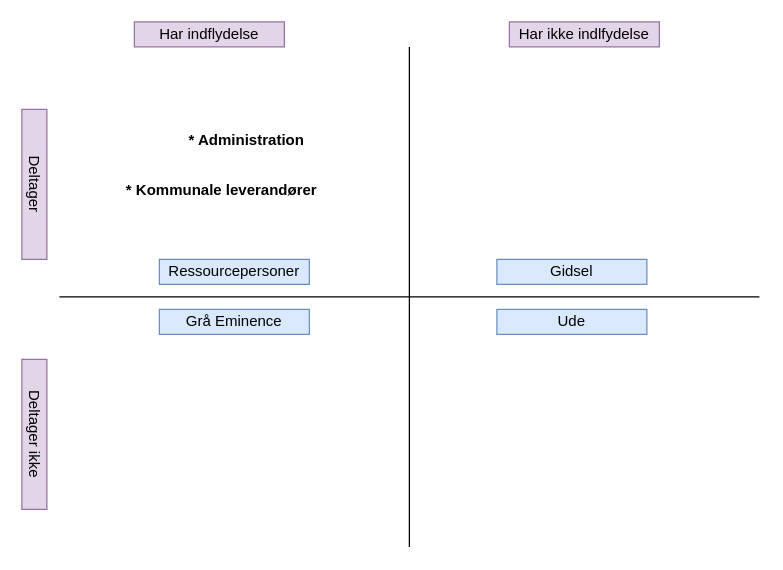
Earlier version of the draw.io diagram Sann2.drawio (anderskeis/anderskeis). Source tidied: cells renumbered, new cells numbered last; positions are measured from the earlier drawing's top-left corner, leaving out a move shared by most shapes. Both pictures are drawn from the tidied source at 125%, with x=0, y=0 at pixel (-41, 21).
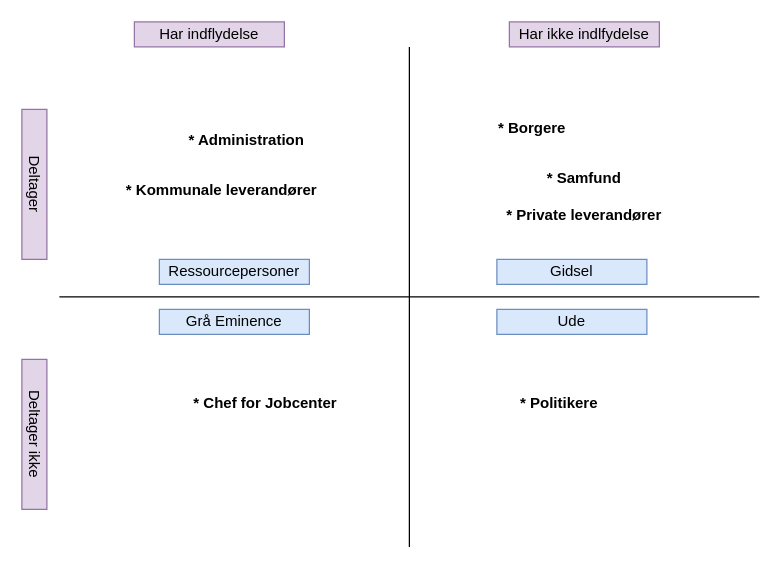
Above is the later version.

Change to the diagram source:
```diff
@@
+    <mxCell id="14" value="* Borgere&amp;nbsp;" style="text;strokeColor=none;align=center;fillColor=none;html=1;verticalAlign=middle;whiteSpace=wrap;rounded=0;fontStyle=1;" parent="1" vertex="1">
+      <mxGeometry x="410" y="70" width="100" height="30" as="geometry" />
+    </mxCell>
+    <mxCell id="15" value="* Samfund" style="text;strokeColor=none;align=center;fillColor=none;html=1;verticalAlign=middle;whiteSpace=wrap;rounded=0;fontStyle=1;" parent="1" vertex="1">
+      <mxGeometry x="450" y="110" width="100" height="30" as="geometry" />
+    </mxCell>
+    <mxCell id="16" value="* Politikere" style="text;strokeColor=none;align=center;fillColor=none;html=1;verticalAlign=middle;whiteSpace=wrap;rounded=0;fontStyle=1;" parent="1" vertex="1">
+      <mxGeometry x="430" y="290" width="100" height="30" as="geometry" />
+    </mxCell>
+    <mxCell id="17" value="* Chef for Jobcenter" style="text;strokeColor=none;align=center;fillColor=none;html=1;verticalAlign=middle;whiteSpace=wrap;rounded=0;fontStyle=1;" parent="1" vertex="1">
+      <mxGeometry x="180" y="290" width="130" height="30" as="geometry" />
+    </mxCell>
+    <mxCell id="18" value="* Private leverandører" style="text;strokeColor=none;align=center;fillColor=none;html=1;verticalAlign=middle;whiteSpace=wrap;rounded=0;fontStyle=1;" parent="1" vertex="1">
+      <mxGeometry x="410" y="140" width="180" height="30" as="geometry" />
+    </mxCell>
```
